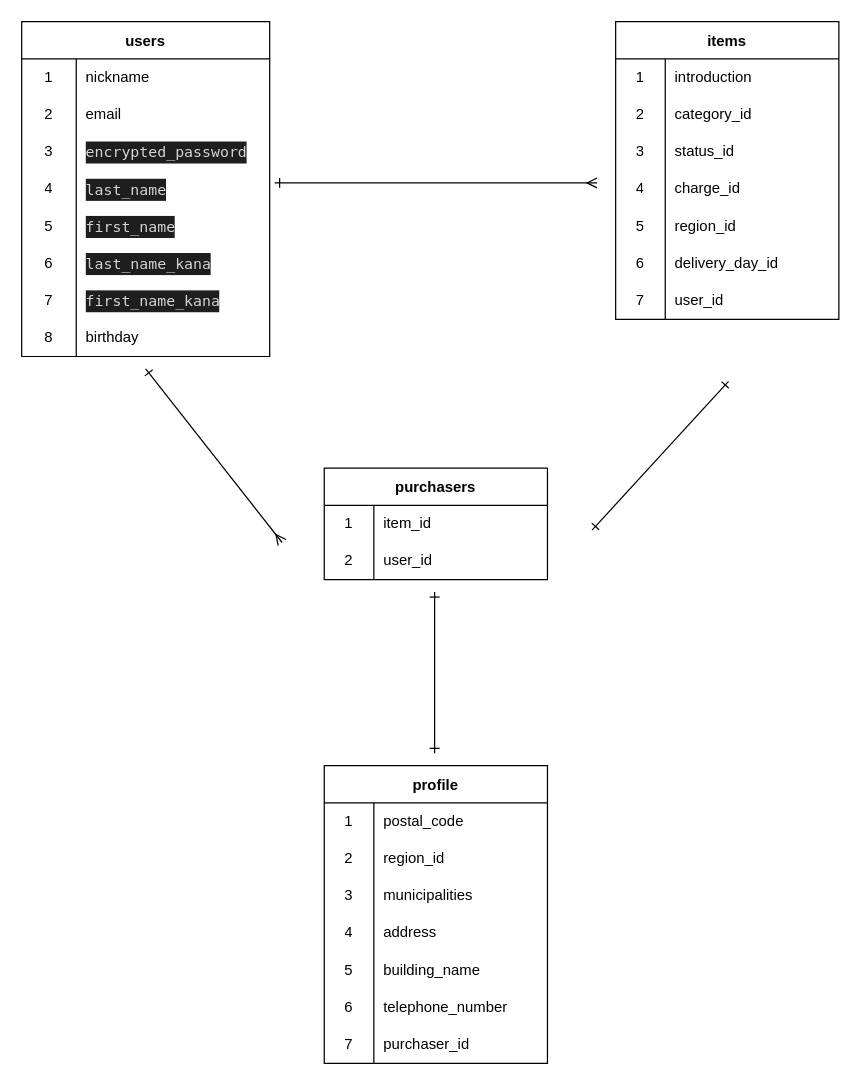
Above: furima.dio in sawasawashu/furima-38849 (draw.io), before the change. Source tidied: cells renumbered, new cells numbered last; positions are measured from the earlier drawing's top-left corner, leaving out a move shared by most shapes. Both pictures are drawn from the tidied source at 124%, with x=0, y=0 at pixel (21, 21).
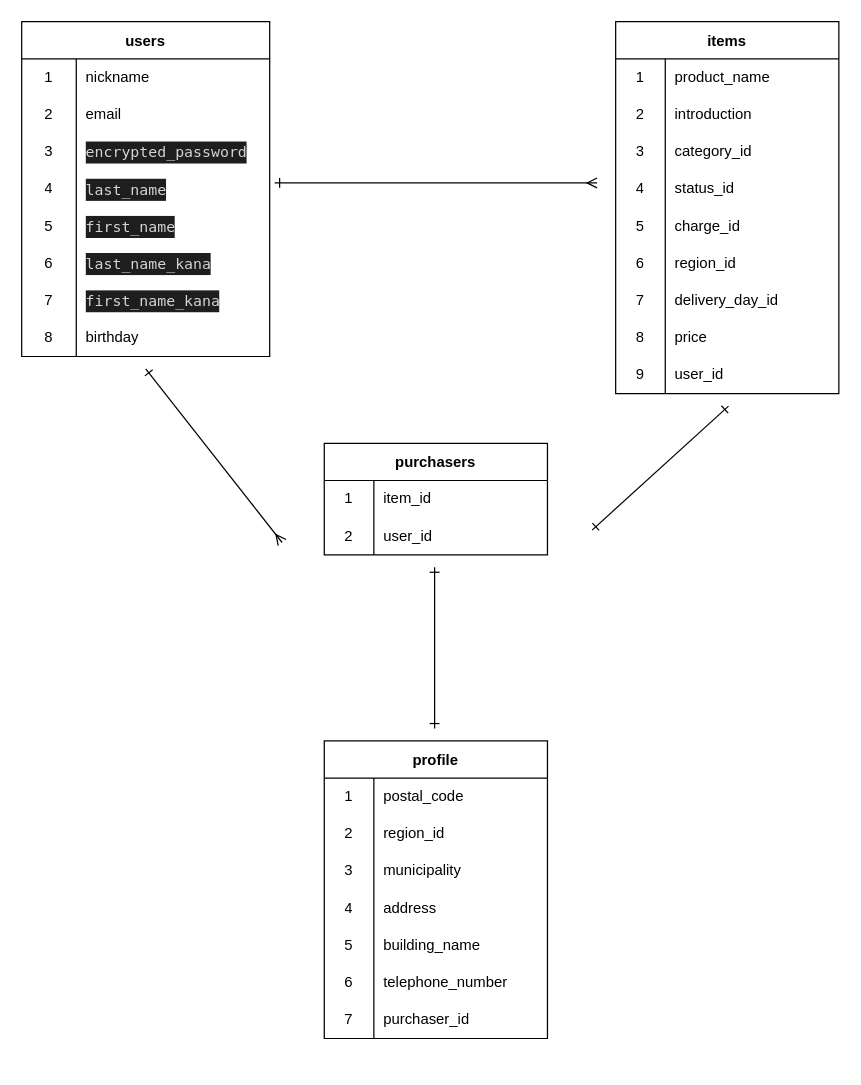
Above is the later version.

Commit message (it also covers changes not shown here):
issue3データベース設計再々修正

The change refers to these unchanged cells:
```xml
<mxCell id="28" style="shape=tableRow;horizontal=0;startSize=0;swimlaneHead=0;swimlaneBody=0;top=0;left=0;bottom=0;right=0;fillColor=none;" parent="27" vertex="1">
  <mxGeometry y="30" width="180" height="30" as="geometry" />
</mxCell>
<mxCell id="66" style="shape=tableRow;horizontal=0;startSize=0;swimlaneHead=0;swimlaneBody=0;top=0;left=0;bottom=0;right=0;fillColor=none;" parent="59" vertex="1">
  <mxGeometry y="90" width="180" height="30" as="geometry" />
</mxCell>
```

What changed in the source:
```diff
@@
     <mxCell id="27" value="items" style="shape=table;startSize=30;childLayout=tableLayout;rowLines=0;fontStyle=1;" parent="1" vertex="1">
-      <mxGeometry x="479" width="180" height="240" as="geometry" />
+      <mxGeometry x="479" width="180" height="300" as="geometry" />
     </mxCell>
@@
-    <mxCell id="30" value="introduction" style="shape=partialRectangle;html=1;whiteSpace=wrap;fillColor=none;top=0;left=0;bottom=0;right=0;align=left;spacingLeft=6;overflow=hidden;" parent="28" vertex="1">
+    <mxCell id="30" value="product_name" style="shape=partialRectangle;html=1;whiteSpace=wrap;fillColor=none;top=0;left=0;bottom=0;right=0;align=left;spacingLeft=6;overflow=hidden;" parent="28" vertex="1">
       <mxGeometry x="40" width="140" height="30" as="geometry" />
     </mxCell>
+    <mxCell id="82" style="shape=tableRow;horizontal=0;startSize=0;swimlaneHead=0;swimlaneBody=0;top=0;left=0;bottom=0;right=0;fillColor=none;" parent="27" vertex="1">
+      <mxGeometry y="60" width="180" height="30" as="geometry" />
+    </mxCell>
+    <mxCell id="83" value="2" style="shape=partialRectangle;html=1;whiteSpace=wrap;fillColor=none;top=0;left=0;bottom=0;right=0;overflow=hidden;" parent="82" vertex="1">
+      <mxGeometry width="40" height="30" as="geometry" />
+    </mxCell>
+    <mxCell id="84" value="introduction" style="shape=partialRectangle;html=1;whiteSpace=wrap;fillColor=none;top=0;left=0;bottom=0;right=0;align=left;spacingLeft=6;overflow=hidden;" parent="82" vertex="1">
+      <mxGeometry x="40" width="140" height="30" as="geometry" />
+    </mxCell>
     <mxCell id="31" style="shape=tableRow;horizontal=0;startSize=0;swimlaneHead=0;swimlaneBody=0;top=0;left=0;bottom=0;right=0;fillColor=none;" parent="27" vertex="1">
-      <mxGeometry y="60" width="180" height="30" as="geometry" />
+      <mxGeometry y="90" width="180" height="30" as="geometry" />
     </mxCell>
-    <mxCell id="32" value="2" style="shape=partialRectangle;html=1;whiteSpace=wrap;fillColor=none;top=0;left=0;bottom=0;right=0;overflow=hidden;" parent="31" vertex="1">
+    <mxCell id="32" value="3" style="shape=partialRectangle;html=1;whiteSpace=wrap;fillColor=none;top=0;left=0;bottom=0;right=0;overflow=hidden;" parent="31" vertex="1">
       <mxGeometry width="40" height="30" as="geometry" />
     </mxCell>
@@
     <mxCell id="34" style="shape=tableRow;horizontal=0;startSize=0;swimlaneHead=0;swimlaneBody=0;top=0;left=0;bottom=0;right=0;fillColor=none;" parent="27" vertex="1">
-      <mxGeometry y="90" width="180" height="30" as="geometry" />
+      <mxGeometry y="120" width="180" height="30" as="geometry" />
     </mxCell>
-    <mxCell id="35" value="3" style="shape=partialRectangle;html=1;whiteSpace=wrap;fillColor=none;top=0;left=0;bottom=0;right=0;overflow=hidden;" parent="34" vertex="1">
+    <mxCell id="35" value="4" style="shape=partialRectangle;html=1;whiteSpace=wrap;fillColor=none;top=0;left=0;bottom=0;right=0;overflow=hidden;" parent="34" vertex="1">
       <mxGeometry width="40" height="30" as="geometry" />
     </mxCell>
@@
     <mxCell id="37" style="shape=tableRow;horizontal=0;startSize=0;swimlaneHead=0;swimlaneBody=0;top=0;left=0;bottom=0;right=0;fillColor=none;" parent="27" vertex="1">
-      <mxGeometry y="120" width="180" height="30" as="geometry" />
+      <mxGeometry y="150" width="180" height="30" as="geometry" />
     </mxCell>
-    <mxCell id="38" value="4" style="shape=partialRectangle;html=1;whiteSpace=wrap;fillColor=none;top=0;left=0;bottom=0;right=0;overflow=hidden;" parent="37" vertex="1">
+    <mxCell id="38" value="5" style="shape=partialRectangle;html=1;whiteSpace=wrap;fillColor=none;top=0;left=0;bottom=0;right=0;overflow=hidden;" parent="37" vertex="1">
       <mxGeometry width="40" height="30" as="geometry" />
     </mxCell>
@@
     <mxCell id="40" style="shape=tableRow;horizontal=0;startSize=0;swimlaneHead=0;swimlaneBody=0;top=0;left=0;bottom=0;right=0;fillColor=none;" parent="27" vertex="1">
-      <mxGeometry y="150" width="180" height="30" as="geometry" />
+      <mxGeometry y="180" width="180" height="30" as="geometry" />
     </mxCell>
-    <mxCell id="41" value="5" style="shape=partialRectangle;html=1;whiteSpace=wrap;fillColor=none;top=0;left=0;bottom=0;right=0;overflow=hidden;" parent="40" vertex="1">
+    <mxCell id="41" value="6" style="shape=partialRectangle;html=1;whiteSpace=wrap;fillColor=none;top=0;left=0;bottom=0;right=0;overflow=hidden;" parent="40" vertex="1">
       <mxGeometry width="40" height="30" as="geometry" />
     </mxCell>
@@
     <mxCell id="43" style="shape=tableRow;horizontal=0;startSize=0;swimlaneHead=0;swimlaneBody=0;top=0;left=0;bottom=0;right=0;fillColor=none;" parent="27" vertex="1">
-      <mxGeometry y="180" width="180" height="30" as="geometry" />
+      <mxGeometry y="210" width="180" height="30" as="geometry" />
     </mxCell>
-    <mxCell id="44" value="6" style="shape=partialRectangle;html=1;whiteSpace=wrap;fillColor=none;top=0;left=0;bottom=0;right=0;overflow=hidden;" parent="43" vertex="1">
+    <mxCell id="44" value="7" style="shape=partialRectangle;html=1;whiteSpace=wrap;fillColor=none;top=0;left=0;bottom=0;right=0;overflow=hidden;" parent="43" vertex="1">
       <mxGeometry width="40" height="30" as="geometry" />
     </mxCell>
@@
+    <mxCell id="85" style="shape=tableRow;horizontal=0;startSize=0;swimlaneHead=0;swimlaneBody=0;top=0;left=0;bottom=0;right=0;fillColor=none;" parent="27" vertex="1">
+      <mxGeometry y="240" width="180" height="30" as="geometry" />
+    </mxCell>
+    <mxCell id="86" value="8" style="shape=partialRectangle;html=1;whiteSpace=wrap;fillColor=none;top=0;left=0;bottom=0;right=0;overflow=hidden;" parent="85" vertex="1">
+      <mxGeometry width="40" height="30" as="geometry" />
+    </mxCell>
+    <mxCell id="87" value="price" style="shape=partialRectangle;html=1;whiteSpace=wrap;fillColor=none;top=0;left=0;bottom=0;right=0;align=left;spacingLeft=6;overflow=hidden;" parent="85" vertex="1">
+      <mxGeometry x="40" width="140" height="30" as="geometry" />
+    </mxCell>
     <mxCell id="46" style="shape=tableRow;horizontal=0;startSize=0;swimlaneHead=0;swimlaneBody=0;top=0;left=0;bottom=0;right=0;fillColor=none;" parent="27" vertex="1">
-      <mxGeometry y="210" width="180" height="30" as="geometry" />
+      <mxGeometry y="270" width="180" height="30" as="geometry" />
     </mxCell>
-    <mxCell id="47" value="7" style="shape=partialRectangle;html=1;whiteSpace=wrap;fillColor=none;top=0;left=0;bottom=0;right=0;overflow=hidden;" parent="46" vertex="1">
+    <mxCell id="47" value="9" style="shape=partialRectangle;html=1;whiteSpace=wrap;fillColor=none;top=0;left=0;bottom=0;right=0;overflow=hidden;" parent="46" vertex="1">
       <mxGeometry width="40" height="30" as="geometry" />
     </mxCell>
@@
     <mxCell id="50" value="purchasers" style="shape=table;startSize=30;childLayout=tableLayout;rowLines=0;fontStyle=1;" parent="1" vertex="1">
-      <mxGeometry x="244" y="360" width="180" height="90" as="geometry" />
+      <mxGeometry x="244" y="340" width="180" height="90" as="geometry" />
     </mxCell>
@@
     <mxCell id="57" style="endArrow=ERone;html=1;startArrow=ERone;startFill=0;endFill=0;" parent="1" edge="1">
       <mxGeometry relative="1" as="geometry">
         <mxPoint x="460" y="410" as="sourcePoint" />
-        <mxPoint x="570" y="290" as="targetPoint" />
+        <mxPoint x="570" y="310" as="targetPoint" />
       </mxGeometry>
     </mxCell>
     <mxCell id="58" style="endArrow=ERone;html=1;startArrow=ERone;startFill=0;endFill=0;" parent="1" edge="1">
       <mxGeometry relative="1" as="geometry">
-        <mxPoint x="333" y="590" as="sourcePoint" />
-        <mxPoint x="333" y="460" as="targetPoint" />
+        <mxPoint x="333" y="570" as="sourcePoint" />
+        <mxPoint x="333" y="440" as="targetPoint" />
         <Array as="points">
-          <mxPoint x="333" y="510" />
+          <mxPoint x="333" y="490" />
         </Array>
       </mxGeometry>
     </mxCell>
     <mxCell id="59" value="profile" style="shape=table;startSize=30;childLayout=tableLayout;rowLines=0;fontStyle=1;" parent="1" vertex="1">
-      <mxGeometry x="244" y="600" width="180" height="240" as="geometry" />
+      <mxGeometry x="244" y="580" width="180" height="240" as="geometry" />
     </mxCell>
@@
-    <mxCell id="68" value="municipalities" style="shape=partialRectangle;html=1;whiteSpace=wrap;fillColor=none;top=0;left=0;bottom=0;right=0;align=left;spacingLeft=6;overflow=hidden;" parent="66" vertex="1">
+    <mxCell id="68" value="municipality" style="shape=partialRectangle;html=1;whiteSpace=wrap;fillColor=none;top=0;left=0;bottom=0;right=0;align=left;spacingLeft=6;overflow=hidden;" parent="66" vertex="1">
       <mxGeometry x="40" width="140" height="30" as="geometry" />
     </mxCell>
```
